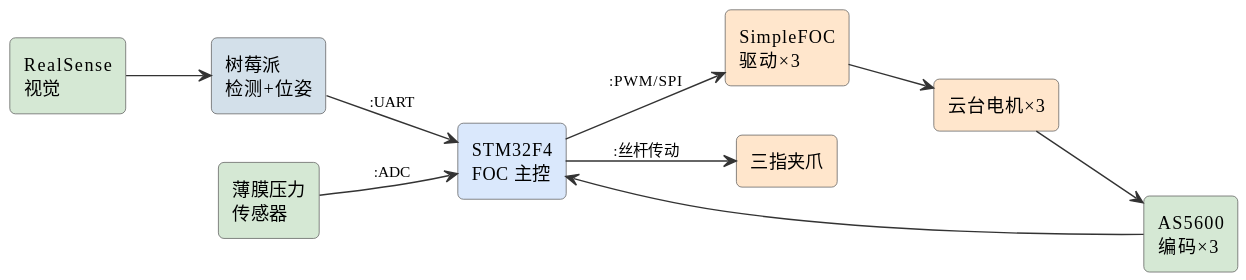
The PlantUML diagram assets/diagrams/ideas-fig106.svg in mingyi0818/IntelligentMcuCourse, before a commit.
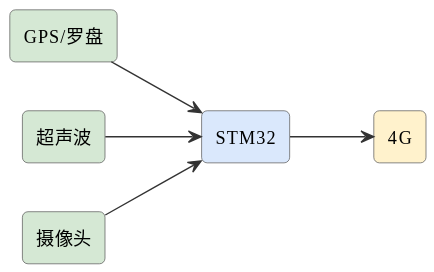
The same file after the commit.

Change to the diagram source:
```diff
@@ -6,20 +6,13 @@
 skinparam arrowFontSize 11
 skinparam arrowColor #333
 left to right direction
-rectangle "RealSense\n视觉" as cam #d5e8d4
-rectangle "树莓派\n检测+位姿" as rpi #d3e0ea
-rectangle "STM32F4\nFOC 主控" as f4 #dae8fc
-rectangle "SimpleFOC\n驱动×3" as drv #ffe6cc
-rectangle "云台电机×3" as mot #ffe6cc
-rectangle "AS5600\n编码×3" as enc #d5e8d4
-rectangle "薄膜压力\n传感器" as fsr #d5e8d4
-rectangle "三指夹爪" as jaw #ffe6cc
-cam --> rpi
-rpi --> f4 : :UART
-f4 --> drv : :PWM/SPI
-drv --> mot
-mot --> enc
-enc --> f4
-fsr --> f4 : :ADC
-f4 --> jaw : :丝杆传动
+rectangle "GPS/罗盘" as gps #d5e8d4
+rectangle "超声波" as ult #d5e8d4
+rectangle "STM32" as stm #dae8fc
+rectangle "摄像头" as cam #d5e8d4
+rectangle "4G" as g #fff2cc
+gps --> stm
+ult --> stm
+cam --> stm
+stm --> g
 @enduml
```
